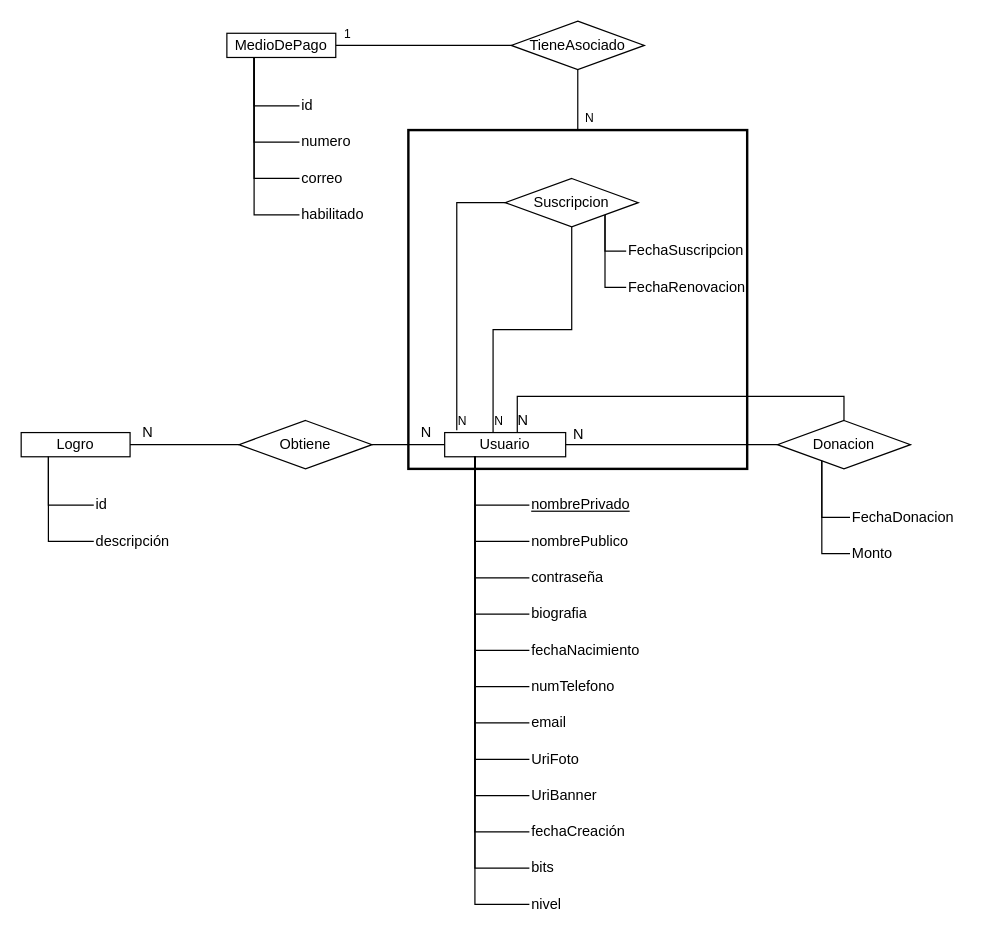
Earlier version of the draw.io diagram MER-RAW.drawio (sobraljuanpa/bd2). Source tidied: cells renumbered, new cells numbered last; positions are measured from the earlier drawing's top-left corner, leaving out a move shared by most shapes. Both pictures are drawn from the tidied source at 121%, with x=0, y=0 at pixel (21, 21).
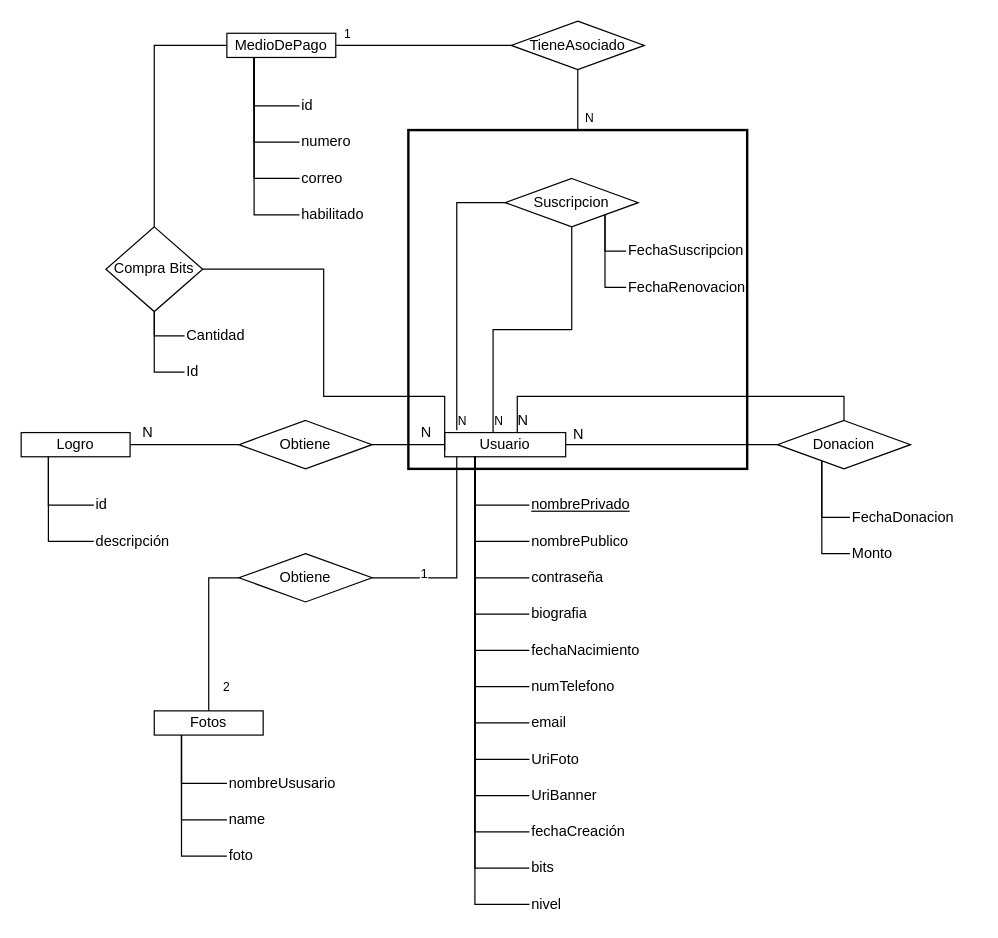
Above is the later version.

Commit message:
Mer actualizado

Unchanged cells that the change refers to:
```xml
<mxCell id="3" value="Usuario" style="whiteSpace=wrap;html=1;" parent="2" vertex="1">
  <mxGeometry x="-20" width="100" height="20" as="geometry" />
</mxCell>
<mxCell id="50" value="MedioDePago" style="whiteSpace=wrap;html=1;" parent="1" vertex="1">
  <mxGeometry x="170" y="10" width="90" height="20" as="geometry" />
</mxCell>
```

Change to the diagram source:
```diff
@@
+    <mxCell id="63" style="whiteSpace=wrap;html=1;fillColor=none;strokeWidth=2;" parent="1" vertex="1">
+      <mxGeometry x="320" y="90" width="280" height="280" as="geometry" />
+    </mxCell>
@@
+    <mxCell id="71" style="edgeStyle=orthogonalEdgeStyle;rounded=0;jettySize=auto;html=1;entryX=0.5;entryY=0;entryDx=0;entryDy=0;endArrow=none;endFill=0;" parent="1" edge="1" source="50" target="87">
+      <mxGeometry relative="1" as="geometry" />
+    </mxCell>
@@
-    <mxCell id="63" style="whiteSpace=wrap;html=1;fillColor=none;strokeWidth=2;" parent="1" vertex="1">
-      <mxGeometry x="320" y="90" width="280" height="280" as="geometry" />
-    </mxCell>
@@
+    <mxCell id="72" style="edgeStyle=orthogonalEdgeStyle;rounded=0;jettySize=auto;html=1;exitX=0.25;exitY=1;exitDx=0;exitDy=0;entryX=0;entryY=0.5;entryDx=0;entryDy=0;endArrow=none;endFill=0;strokeWidth=1;" parent="1" edge="1" source="74" target="79">
+      <mxGeometry relative="1" as="geometry" />
+    </mxCell>
+    <mxCell id="73" style="edgeStyle=orthogonalEdgeStyle;rounded=0;jettySize=auto;html=1;entryX=0;entryY=0.5;entryDx=0;entryDy=0;endArrow=none;endFill=0;" parent="1" edge="1" source="74" target="83">
+      <mxGeometry relative="1" as="geometry" />
+    </mxCell>
+    <mxCell id="74" value="Fotos" style="whiteSpace=wrap;html=1;" parent="1" vertex="1">
+      <mxGeometry x="110" y="570" width="90" height="20" as="geometry" />
+    </mxCell>
+    <mxCell id="75" value="nombreUsusario" style="text;html=1;strokeColor=none;fillColor=none;align=left;verticalAlign=middle;whiteSpace=wrap;rounded=0;" parent="1" vertex="1">
+      <mxGeometry x="170" y="620" width="40" height="20" as="geometry" />
+    </mxCell>
+    <mxCell id="76" style="edgeStyle=orthogonalEdgeStyle;rounded=0;jettySize=auto;html=1;exitX=0.25;exitY=1;exitDx=0;exitDy=0;entryX=0;entryY=0.5;entryDx=0;entryDy=0;endArrow=none;endFill=0;strokeWidth=1;" parent="1" edge="1" source="74" target="75">
+      <mxGeometry relative="1" as="geometry" />
+    </mxCell>
+    <mxCell id="77" value="name" style="text;html=1;strokeColor=none;fillColor=none;align=left;verticalAlign=middle;whiteSpace=wrap;rounded=0;" parent="1" vertex="1">
+      <mxGeometry x="170" y="650" width="70" height="20" as="geometry" />
+    </mxCell>
+    <mxCell id="78" style="edgeStyle=orthogonalEdgeStyle;rounded=0;jettySize=auto;html=1;exitX=0.25;exitY=1;exitDx=0;exitDy=0;entryX=0;entryY=0.5;entryDx=0;entryDy=0;endArrow=none;endFill=0;strokeWidth=1;" parent="1" edge="1" source="74" target="77">
+      <mxGeometry relative="1" as="geometry" />
+    </mxCell>
+    <mxCell id="79" value="foto" style="text;html=1;strokeColor=none;fillColor=none;align=left;verticalAlign=middle;whiteSpace=wrap;rounded=0;" parent="1" vertex="1">
+      <mxGeometry x="170" y="680" width="70" height="20" as="geometry" />
+    </mxCell>
+    <mxCell id="80" value="2" style="text;html=1;strokeColor=none;fillColor=none;align=center;verticalAlign=middle;whiteSpace=wrap;rounded=0;fontSize=10;" parent="1" vertex="1">
+      <mxGeometry x="160" y="540" width="20" height="20" as="geometry" />
+    </mxCell>
+    <mxCell id="81" style="edgeStyle=orthogonalEdgeStyle;rounded=0;jettySize=auto;html=1;endArrow=none;endFill=0;" parent="1" edge="1" source="83" target="3">
+      <mxGeometry relative="1" as="geometry">
+        <Array as="points">
+          <mxPoint x="360" y="460" />
+        </Array>
+      </mxGeometry>
+    </mxCell>
+    <mxCell id="82" value="1" style="edgeLabel;html=1;align=center;verticalAlign=middle;" parent="81" vertex="1">
+      <mxGeometry x="-0.52" y="4" relative="1" as="geometry">
+        <mxPoint x="1" as="offset" />
+      </mxGeometry>
+    </mxCell>
+    <mxCell id="83" value="Obtiene" style="rhombus;whiteSpace=wrap;html=1;" parent="1" vertex="1">
+      <mxGeometry x="180" y="440" width="110" height="40" as="geometry" />
+    </mxCell>
+    <mxCell id="84" style="edgeStyle=orthogonalEdgeStyle;rounded=0;jettySize=auto;html=1;entryX=0;entryY=0.75;entryDx=0;entryDy=0;endArrow=none;endFill=0;" parent="1" edge="1" source="87" target="3">
+      <mxGeometry relative="1" as="geometry">
+        <Array as="points">
+          <mxPoint x="250" y="205" />
+          <mxPoint x="250" y="310" />
+          <mxPoint x="350" y="310" />
+        </Array>
+      </mxGeometry>
+    </mxCell>
+    <mxCell id="85" style="edgeStyle=orthogonalEdgeStyle;rounded=0;jettySize=auto;html=1;entryX=0;entryY=0.5;entryDx=0;entryDy=0;endArrow=none;endFill=0;" parent="1" edge="1" source="87" target="88">
+      <mxGeometry relative="1" as="geometry" />
+    </mxCell>
+    <mxCell id="86" style="edgeStyle=orthogonalEdgeStyle;rounded=0;jettySize=auto;html=1;entryX=0;entryY=0.5;entryDx=0;entryDy=0;endArrow=none;endFill=0;" parent="1" edge="1" source="87" target="89">
+      <mxGeometry relative="1" as="geometry" />
+    </mxCell>
+    <mxCell id="87" value="Compra Bits" style="rhombus;whiteSpace=wrap;html=1;" parent="1" vertex="1">
+      <mxGeometry x="70" y="170" width="80" height="70" as="geometry" />
+    </mxCell>
+    <mxCell id="88" value="Cantidad" style="text;html=1;strokeColor=none;fillColor=none;align=left;verticalAlign=middle;whiteSpace=wrap;rounded=0;" parent="1" vertex="1">
+      <mxGeometry x="135" y="250" width="65" height="20" as="geometry" />
+    </mxCell>
+    <mxCell id="89" value="Id" style="text;html=1;strokeColor=none;fillColor=none;align=left;verticalAlign=middle;whiteSpace=wrap;rounded=0;" parent="1" vertex="1">
+      <mxGeometry x="135" y="280" width="25" height="20" as="geometry" />
+    </mxCell>
```
